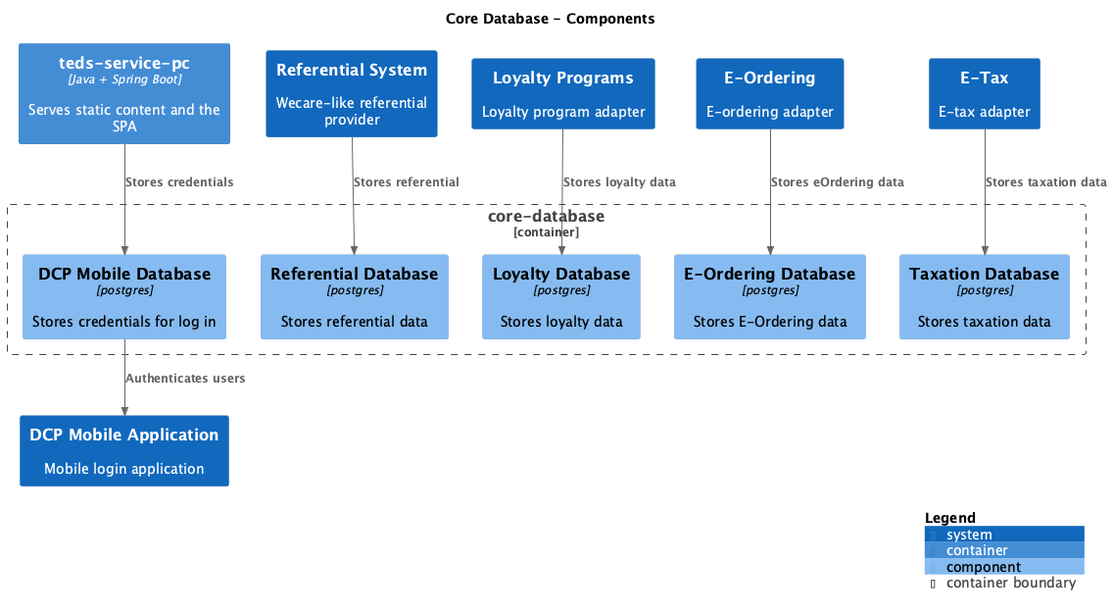
kzsahay/teds keeps this PlantUML diagram as main/png/Level3_core_database_Components.png. Above is the earlier version. Source of this version:
```plantuml
@startuml
set separator none
title Core Database - Components

top to bottom direction

!include <C4/C4>
!include <C4/C4_Context>
!include <C4/C4_Container>
!include <C4/C4_Component>

Container(TEDSCoreSystem.tedsservicepc, "teds-service-pc", $techn="Java + Spring Boot", $descr="Serves static content and the SPA", $tags="", $link="")
System(ReferentialSystem, "Referential System", $descr="Wecare-like referential provider", $tags="", $link="")
System(LoyaltyPrograms, "Loyalty Programs", $descr="Loyalty program adapter", $tags="", $link="")
System(EOrdering, "E-Ordering", $descr="E-ordering adapter", $tags="", $link="")
System(ETax, "E-Tax", $descr="E-tax adapter", $tags="", $link="")
System(DCPMobileApplication, "DCP Mobile Application", $descr="Mobile login application", $tags="", $link="")

Container_Boundary("TEDSCoreSystem.coredatabase_boundary", "core-database", $tags="") {
  Component(TEDSCoreSystem.coredatabase.DCPMobileDatabase, "DCP Mobile Database", $techn="postgres", $descr="Stores credentials for log in", $tags="", $link="")
  Component(TEDSCoreSystem.coredatabase.EOrderingDatabase, "E-Ordering Database", $techn="postgres", $descr="Stores E-Ordering data", $tags="", $link="")
  Component(TEDSCoreSystem.coredatabase.ReferentialDatabase, "Referential Database", $techn="postgres", $descr="Stores referential data", $tags="", $link="")
  Component(TEDSCoreSystem.coredatabase.TaxationDatabase, "Taxation Database", $techn="postgres", $descr="Stores taxation data", $tags="", $link="")
  Component(TEDSCoreSystem.coredatabase.LoyaltyDatabase, "Loyalty Database", $techn="postgres", $descr="Stores loyalty data", $tags="", $link="")
}

Rel(ReferentialSystem, TEDSCoreSystem.coredatabase.ReferentialDatabase, "Stores referential", $techn="", $tags="", $link="")
Rel(LoyaltyPrograms, TEDSCoreSystem.coredatabase.LoyaltyDatabase, "Stores loyalty data", $techn="", $tags="", $link="")
Rel(EOrdering, TEDSCoreSystem.coredatabase.EOrderingDatabase, "Stores eOrdering data", $techn="", $tags="", $link="")
Rel(ETax, TEDSCoreSystem.coredatabase.TaxationDatabase, "Stores taxation data", $techn="", $tags="", $link="")
Rel(TEDSCoreSystem.tedsservicepc, TEDSCoreSystem.coredatabase.DCPMobileDatabase, "Stores credentials", $techn="", $tags="", $link="")
Rel(TEDSCoreSystem.coredatabase.DCPMobileDatabase, DCPMobileApplication, "Authenticates users", $techn="", $tags="", $link="")

SHOW_LEGEND(true)
@enduml
```
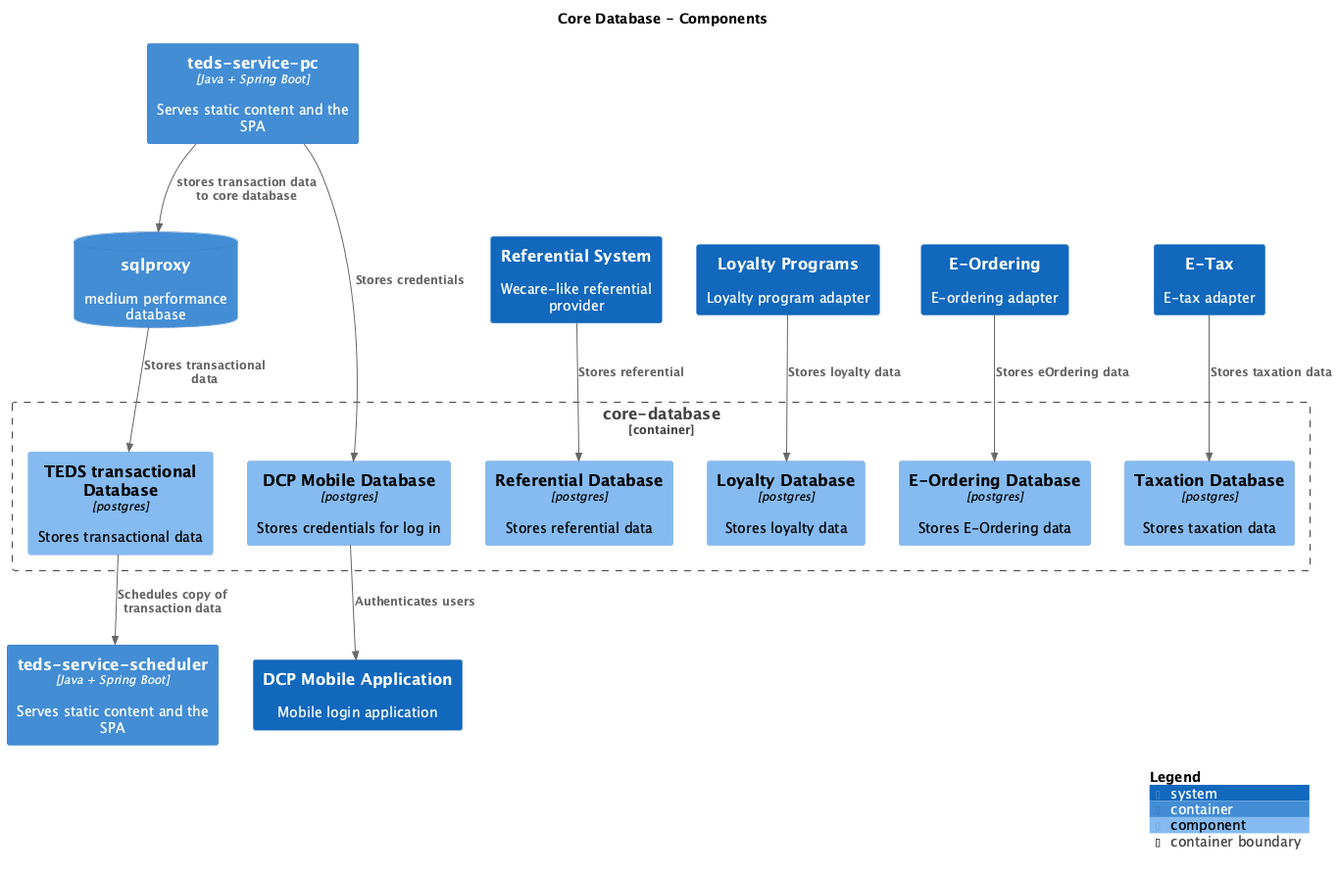
The same diagram one commit later.

What changed in the source:
```diff
@@ -10,6 +10,8 @@
 !include <C4/C4_Component>
 
 Container(TEDSCoreSystem.tedsservicepc, "teds-service-pc", $techn="Java + Spring Boot", $descr="Serves static content and the SPA", $tags="", $link="")
+Container(TEDSCoreSystem.tedsservicescheduler, "teds-service-scheduler", $techn="Java + Spring Boot", $descr="Serves static content and the SPA", $tags="", $link="")
+ContainerDb(TEDSCoreSystem.sqlproxy, "sqlproxy", $techn="", $descr="medium performance database", $tags="", $link="")
 System(ReferentialSystem, "Referential System", $descr="Wecare-like referential provider", $tags="", $link="")
 System(LoyaltyPrograms, "Loyalty Programs", $descr="Loyalty program adapter", $tags="", $link="")
 System(EOrdering, "E-Ordering", $descr="E-ordering adapter", $tags="", $link="")
@@ -17,6 +19,7 @@
 System(DCPMobileApplication, "DCP Mobile Application", $descr="Mobile login application", $tags="", $link="")
 
 Container_Boundary("TEDSCoreSystem.coredatabase_boundary", "core-database", $tags="") {
+  Component(TEDSCoreSystem.coredatabase.TEDStransactionalDatabase, "TEDS transactional Database", $techn="postgres", $descr="Stores transactional data", $tags="", $link="")
   Component(TEDSCoreSystem.coredatabase.DCPMobileDatabase, "DCP Mobile Database", $techn="postgres", $descr="Stores credentials for log in", $tags="", $link="")
   Component(TEDSCoreSystem.coredatabase.EOrderingDatabase, "E-Ordering Database", $techn="postgres", $descr="Stores E-Ordering data", $tags="", $link="")
   Component(TEDSCoreSystem.coredatabase.ReferentialDatabase, "Referential Database", $techn="postgres", $descr="Stores referential data", $tags="", $link="")
@@ -24,12 +27,15 @@
   Component(TEDSCoreSystem.coredatabase.LoyaltyDatabase, "Loyalty Database", $techn="postgres", $descr="Stores loyalty data", $tags="", $link="")
 }
 
+Rel(TEDSCoreSystem.tedsservicepc, TEDSCoreSystem.sqlproxy, "stores transaction data to core database", $techn="", $tags="", $link="")
+Rel(TEDSCoreSystem.sqlproxy, TEDSCoreSystem.coredatabase.TEDStransactionalDatabase, "Stores transactional data", $techn="", $tags="", $link="")
 Rel(ReferentialSystem, TEDSCoreSystem.coredatabase.ReferentialDatabase, "Stores referential", $techn="", $tags="", $link="")
 Rel(LoyaltyPrograms, TEDSCoreSystem.coredatabase.LoyaltyDatabase, "Stores loyalty data", $techn="", $tags="", $link="")
 Rel(EOrdering, TEDSCoreSystem.coredatabase.EOrderingDatabase, "Stores eOrdering data", $techn="", $tags="", $link="")
 Rel(ETax, TEDSCoreSystem.coredatabase.TaxationDatabase, "Stores taxation data", $techn="", $tags="", $link="")
 Rel(TEDSCoreSystem.tedsservicepc, TEDSCoreSystem.coredatabase.DCPMobileDatabase, "Stores credentials", $techn="", $tags="", $link="")
 Rel(TEDSCoreSystem.coredatabase.DCPMobileDatabase, DCPMobileApplication, "Authenticates users", $techn="", $tags="", $link="")
+Rel(TEDSCoreSystem.coredatabase.TEDStransactionalDatabase, TEDSCoreSystem.tedsservicescheduler, "Schedules copy of transaction data", $techn="", $tags="", $link="")
 
 SHOW_LEGEND(true)
 @enduml
```
